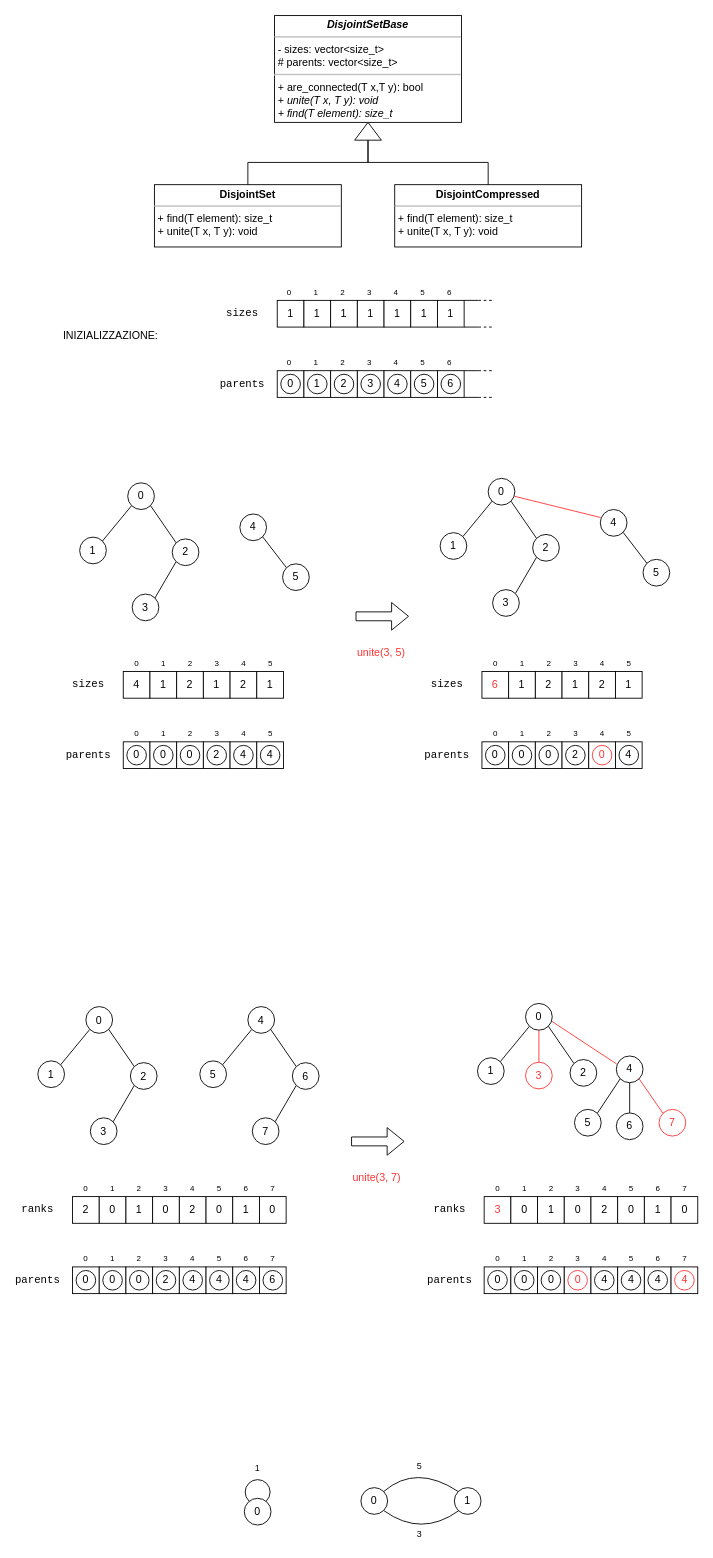
jkomyno/algorithms-hw1 keeps this draw.io diagram as report/images/DisjointSet abstract.drawio. Above is the earlier version. Source tidied: cells renumbered, new cells numbered last; positions are measured from the earlier drawing's top-left corner, leaving out a move shared by most shapes. Both pictures are drawn from the tidied source at 89%, with x=0, y=0 at pixel (15, 15).
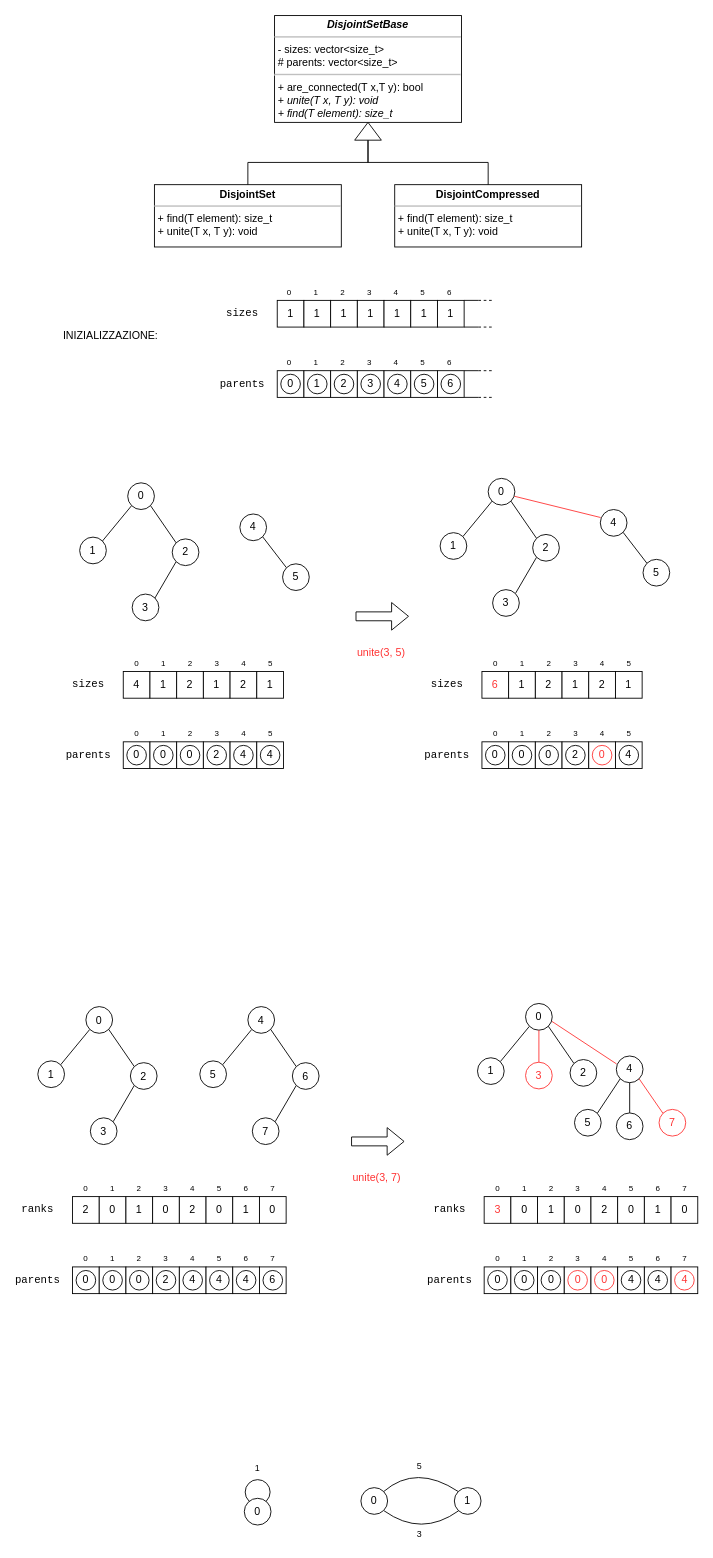
The same diagram, later.

Commit message (it also covers changes not shown here):
Correct the disjoint set example

What changed in the source:
```diff
@@
-    <mxCell id="197" value="4" style="ellipse;whiteSpace=wrap;html=1;" parent="1" vertex="1">
+    <mxCell id="197" value="&lt;font color=&quot;#ff3333&quot;&gt;0&lt;/font&gt;" style="ellipse;whiteSpace=wrap;html=1;strokeColor=#FF3333;" parent="1" vertex="1">
       <mxGeometry x="650.5" y="1410" width="22" height="22" as="geometry" />
     </mxCell>
```
